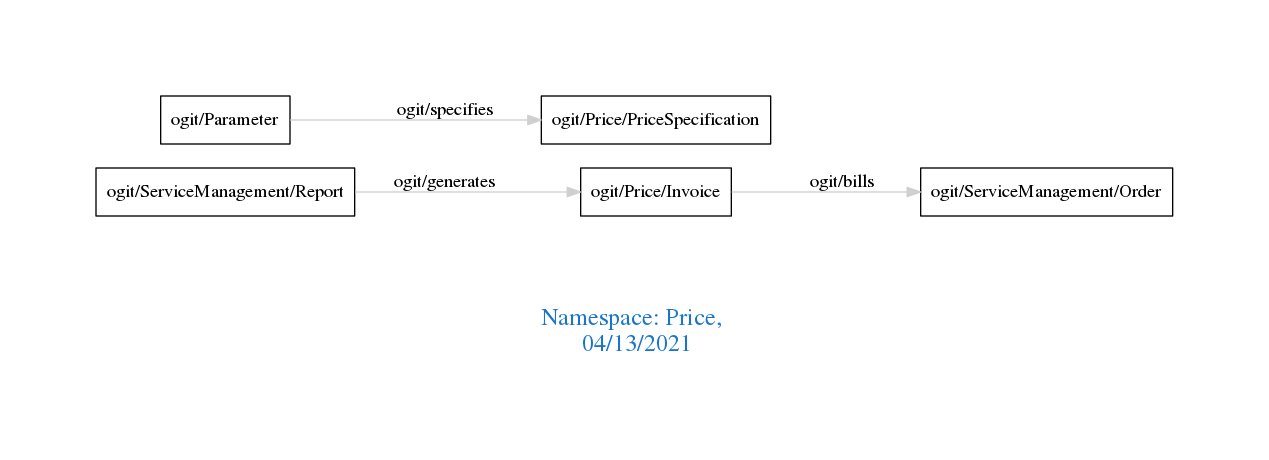
Before: downloads/Price.png, a diagram exported from Graphviz (arago/OGIT). Its source is kept beside it as downloads/Price.dot.
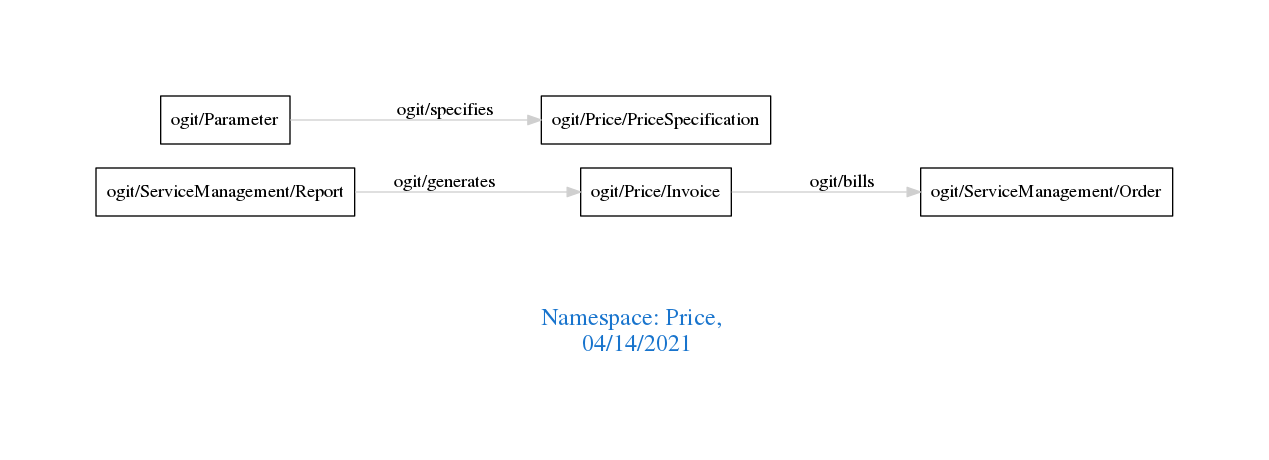
After the change.

What changed in the source:
```diff
@@ -1,7 +1,7 @@
 digraph OGIT_ontology {
  graph [ rankdir= LR,pad=1
 fontsize = 18,
-fontcolor= dodgerblue3,label = "\n\n\nNamespace: Price, \n 04/13/2021"];
+fontcolor= dodgerblue3,label = "\n\n\nNamespace: Price, \n 04/14/2021"];
 node[shape=polygon];
 edge [  color="gray81"];
 
```
